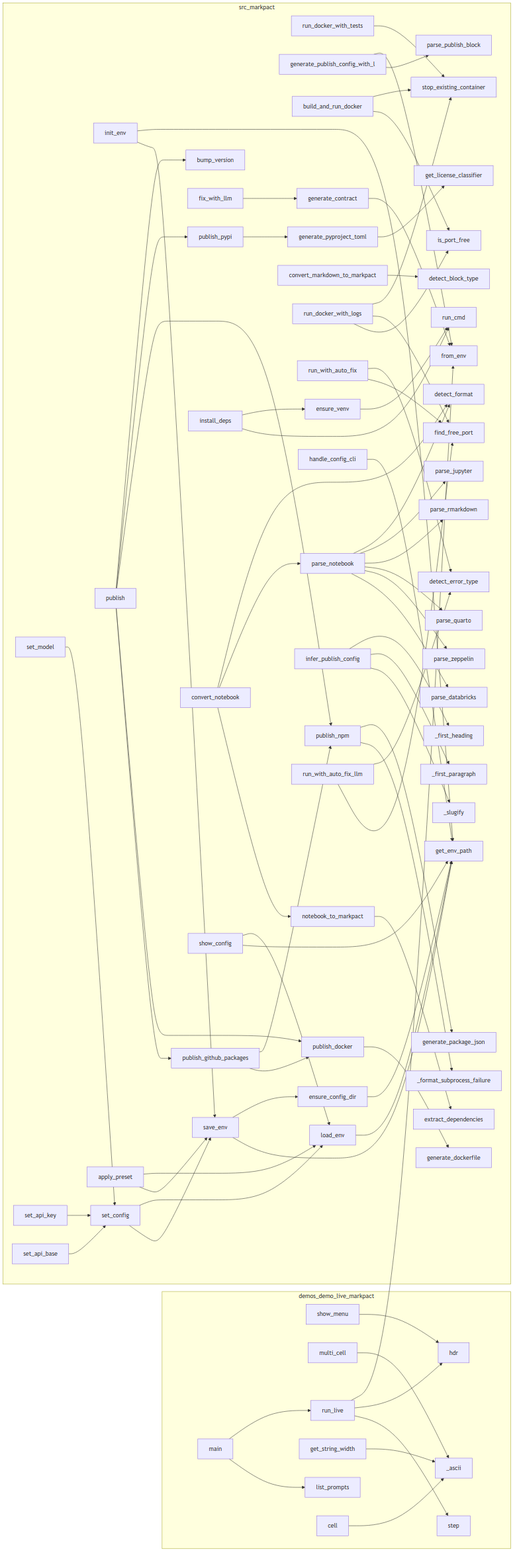
Before: project/calls.png, a diagram exported from Mermaid (markpact/markpact). Its source is kept beside it as project/calls.mmd.
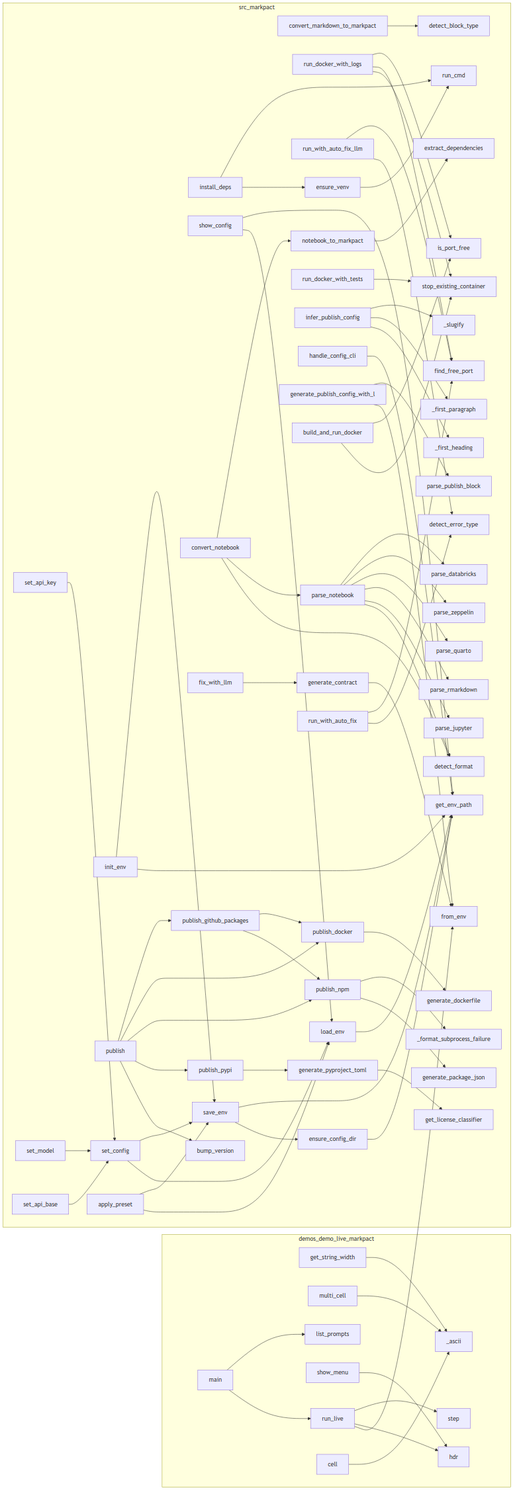
After the change.

Diff of the diagram source:
```diff
@@ -1,73 +1,73 @@
 flowchart LR
     subgraph demos_demo_live_markpact
+        demos__get_string_width["get_string_width"]
+        demos__demo_live_markpact__LivePDF__multi_cell["multi_cell"]
+        demos__demo_live_markpact__list_prompts["list_prompts"]
         demos__demo_live_markpact__show_menu["show_menu"]
+        demos__demo_live_markpact__main["main"]
+        demos__demo_live_markpact__run_live["run_live"]
         demos__demo_live_markpact__hdr["hdr"]
-        demos__demo_live_markpact__main["main"]
-        demos__demo_live_markpact__LivePDF__multi_cell["multi_cell"]
-        demos__demo_live_markpact__run_live["run_live"]
+        demos__demo_live_markpact__step["step"]
+        demos__demo_live_markpact__LivePDF__cell["cell"]
         demos__demo_live_markpact___ascii["_ascii"]
-        demos__get_string_width["get_string_width"]
-        demos__demo_live_markpact__step["step"]
-        demos__demo_live_markpact__list_prompts["list_prompts"]
-        demos__demo_live_markpact__LivePDF__cell["cell"]
     end
     subgraph src_markpact
+        src__markpact__config__set_api_key["set_api_key"]
+        src__convert_markdown_to_markpact["convert_markdown_to_markpact"]
+        src__markpact__publisher___slugify["_slugify"]
+        src__markpact__config__init_env["init_env"]
+        src__markpact__docker_runner__run_docker_with_logs["run_docker_with_logs"]
+        src__markpact__runner__install_deps["install_deps"]
+        src__markpact__notebook_converter__parse_notebook["parse_notebook"]
+        src__markpact__runner__run_cmd["run_cmd"]
+        src__markpact__config__set_model["set_model"]
+        src__markpact__auto_fix__run_with_auto_fix_llm["run_with_auto_fix_llm"]
+        src__markpact__config__show_config["show_config"]
+        src__markpact__publisher__publish["publish"]
+        src__markpact__config__set_config["set_config"]
+        src__convert_notebook["convert_notebook"]
+        src__markpact__config__load_env["load_env"]
+        src__markpact__notebook_converter__parse_zeppelin["parse_zeppelin"]
+        src__markpact__publisher___first_paragraph["_first_paragraph"]
+        src__markpact__runner__ensure_venv["ensure_venv"]
+        src__markpact__config__ensure_config_dir["ensure_config_dir"]
         src__run_docker_with_tests["run_docker_with_tests"]
+        src__markpact__auto_fix__fix_with_llm["fix_with_llm"]
+        src__markpact__docker_runner__is_port_free["is_port_free"]
         src__markpact__notebook_converter__parse_jupyter["parse_jupyter"]
+        src__markpact__auto_fix__detect_error_type["detect_error_type"]
+        src__markpact__publisher__generate_dockerfile["generate_dockerfile"]
+        src__markpact__config__get_env_path["get_env_path"]
+        src__markpact__publisher__infer_publish_config["infer_publish_config"]
+        src__markpact__converter__detect_block_type["detect_block_type"]
+        src__parse_databricks["parse_databricks"]
+        src__markpact__publisher__get_license_classifier["get_license_classifier"]
+        src__markpact__notebook_converter__detect_format["detect_format"]
+        src__markpact__sandbox__find_free_port["find_free_port"]
+        src__markpact__publisher___first_heading["_first_heading"]
+        src___format_subprocess_failure["_format_subprocess_failure"]
+        src__markpact__publisher__publish_pypi["publish_pypi"]
+        src__markpact__cli__handle_config_cli["handle_config_cli"]
         src__markpact__publisher__bump_version["bump_version"]
         src__generate_publish_config_with_llm["generate_publish_config_with_l"]
+        src__markpact__config__set_api_base["set_api_base"]
+        src__markpact__docker_runner__build_and_run_docker["build_and_run_docker"]
+        src__notebook_to_markpact["notebook_to_markpact"]
+        src__markpact__publisher__publish_github_packages["publish_github_packages"]
+        src__markpact__generator__generate_contract["generate_contract"]
+        src__markpact__notebook_converter__parse_quarto["parse_quarto"]
+        src__markpact__config__save_env["save_env"]
+        src__markpact__publisher__generate_package_json["generate_package_json"]
+        src__markpact__notebook_converter__parse_rmarkdown["parse_rmarkdown"]
+        src__stop_existing_container["stop_existing_container"]
+        src__markpact__config__apply_preset["apply_preset"]
         src__from_env["from_env"]
-        src__markpact__publisher__generate_dockerfile["generate_dockerfile"]
-        src__markpact__docker_runner__is_port_free["is_port_free"]
-        src__markpact__publisher__publish_pypi["publish_pypi"]
-        src__markpact__docker_runner__build_and_run_docker["build_and_run_docker"]
-        src__markpact__publisher__generate_package_json["generate_package_json"]
-        src__markpact__sandbox__find_free_port["find_free_port"]
-        src__markpact__config__init_env["init_env"]
-        src__markpact__config__set_model["set_model"]
-        src__markpact__auto_fix__detect_error_type["detect_error_type"]
-        src__parse_databricks["parse_databricks"]
-        src___format_subprocess_failure["_format_subprocess_failure"]
-        src__markpact__config__get_env_path["get_env_path"]
-        src__markpact__publisher__publish["publish"]
-        src__markpact__config__apply_preset["apply_preset"]
-        src__markpact__config__ensure_config_dir["ensure_config_dir"]
-        src__markpact__runner__ensure_venv["ensure_venv"]
-        src__markpact__notebook_converter__parse_notebook["parse_notebook"]
-        src__markpact__auto_fix__fix_with_llm["fix_with_llm"]
-        src__markpact__notebook_converter__parse_rmarkdown["parse_rmarkdown"]
-        src__markpact__notebook_converter__parse_quarto["parse_quarto"]
+        src__markpact__publisher__publish_npm["publish_npm"]
+        src__extract_dependencies["extract_dependencies"]
+        src__markpact__auto_fix__run_with_auto_fix["run_with_auto_fix"]
+        src__markpact__publisher__generate_pyproject_toml["generate_pyproject_toml"]
         src__markpact__publisher__parse_publish_block["parse_publish_block"]
-        src__convert_markdown_to_markpact["convert_markdown_to_markpact"]
-        src__markpact__publisher__publish_github_packages["publish_github_packages"]
-        src__markpact__config__save_env["save_env"]
-        src__markpact__docker_runner__run_docker_with_logs["run_docker_with_logs"]
-        src__markpact__auto_fix__run_with_auto_fix["run_with_auto_fix"]
-        src__markpact__generator__generate_contract["generate_contract"]
-        src__extract_dependencies["extract_dependencies"]
-        src__notebook_to_markpact["notebook_to_markpact"]
-        src__markpact__cli__handle_config_cli["handle_config_cli"]
-        src__markpact__config__load_env["load_env"]
-        src__markpact__publisher___first_heading["_first_heading"]
-        src__markpact__runner__install_deps["install_deps"]
-        src__markpact__converter__detect_block_type["detect_block_type"]
-        src__markpact__publisher__publish_npm["publish_npm"]
-        src__markpact__notebook_converter__detect_format["detect_format"]
-        src__stop_existing_container["stop_existing_container"]
-        src__convert_notebook["convert_notebook"]
-        src__markpact__config__set_api_key["set_api_key"]
-        src__markpact__notebook_converter__parse_zeppelin["parse_zeppelin"]
-        src__markpact__publisher__get_license_classifier["get_license_classifier"]
-        src__markpact__publisher__infer_publish_config["infer_publish_config"]
-        src__markpact__publisher___first_paragraph["_first_paragraph"]
         src__markpact__publisher__publish_docker["publish_docker"]
-        src__markpact__config__show_config["show_config"]
-        src__markpact__config__set_api_base["set_api_base"]
-        src__markpact__auto_fix__run_with_auto_fix_llm["run_with_auto_fix_llm"]
-        src__markpact__publisher___slugify["_slugify"]
-        src__markpact__config__set_config["set_config"]
-        src__markpact__publisher__generate_pyproject_toml["generate_pyproject_toml"]
-        src__markpact__runner__run_cmd["run_cmd"]
     end
     src__markpact__config__ensure_config_dir --> src__markpact__config__get_env_path
     src__markpact__config__load_env --> src__markpact__config__get_env_path
@@ -109,6 +109,7 @@
     src__markpact__auto_fix__run_with_auto_fix_llm --> src__markpact__auto_fix__detect_error_type
     src__markpact__auto_fix__run_with_auto_fix_llm --> src__markpact__sandbox__find_free_port
     src__markpact__generator__generate_contract --> src__from_env
+    src__markpact__cli__handle_config_cli --> src__markpact__config__get_env_path
     src__convert_markdown_to_markpact --> src__markpact__converter__detect_block_type
     src__markpact__publisher__infer_publish_config --> src__markpact__publisher___first_heading
     src__markpact__publisher__infer_publish_config --> src__markpact__publisher___first_paragraph
@@ -127,7 +128,6 @@
     src__markpact__publisher__publish --> src__markpact__publisher__publish_npm
     src__markpact__publisher__publish --> src__markpact__publisher__publish_docker
     src__markpact__publisher__publish --> src__markpact__publisher__publish_github_packages
-    src__markpact__cli__handle_config_cli --> src__markpact__config__get_env_path
     demos__demo_live_markpact__show_menu --> demos__demo_live_markpact__hdr
     demos__demo_live_markpact__LivePDF__cell --> demos__demo_live_markpact___ascii
     demos__demo_live_markpact__LivePDF__multi_cell --> demos__demo_live_markpact___ascii
```
